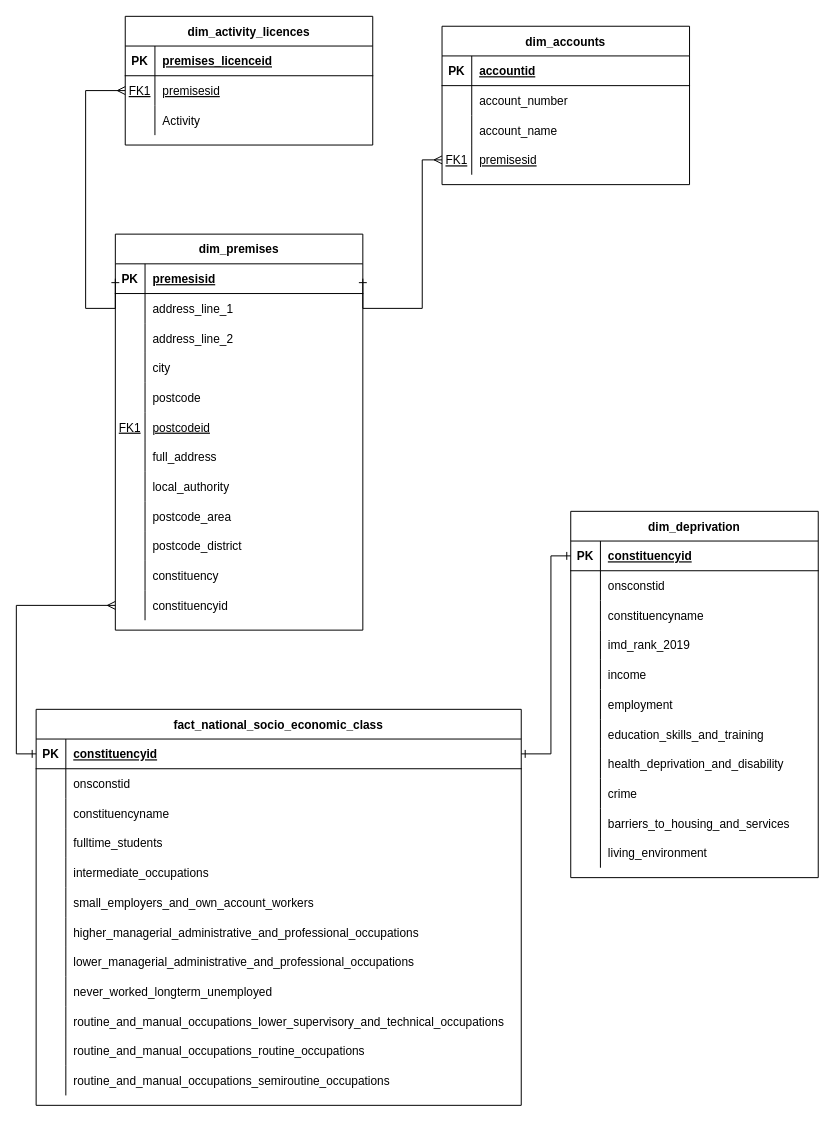
The draw.io diagram diagrams/erd_modelling.drawio in NathanHGayle/gambling_premises_uk, before the edit. Source tidied: cells renumbered, new cells numbered last; positions are measured from the earlier drawing's top-left corner, leaving out a move shared by most shapes. Both pictures are drawn from the tidied source at 99%, with x=0, y=0 at pixel (36, 16).
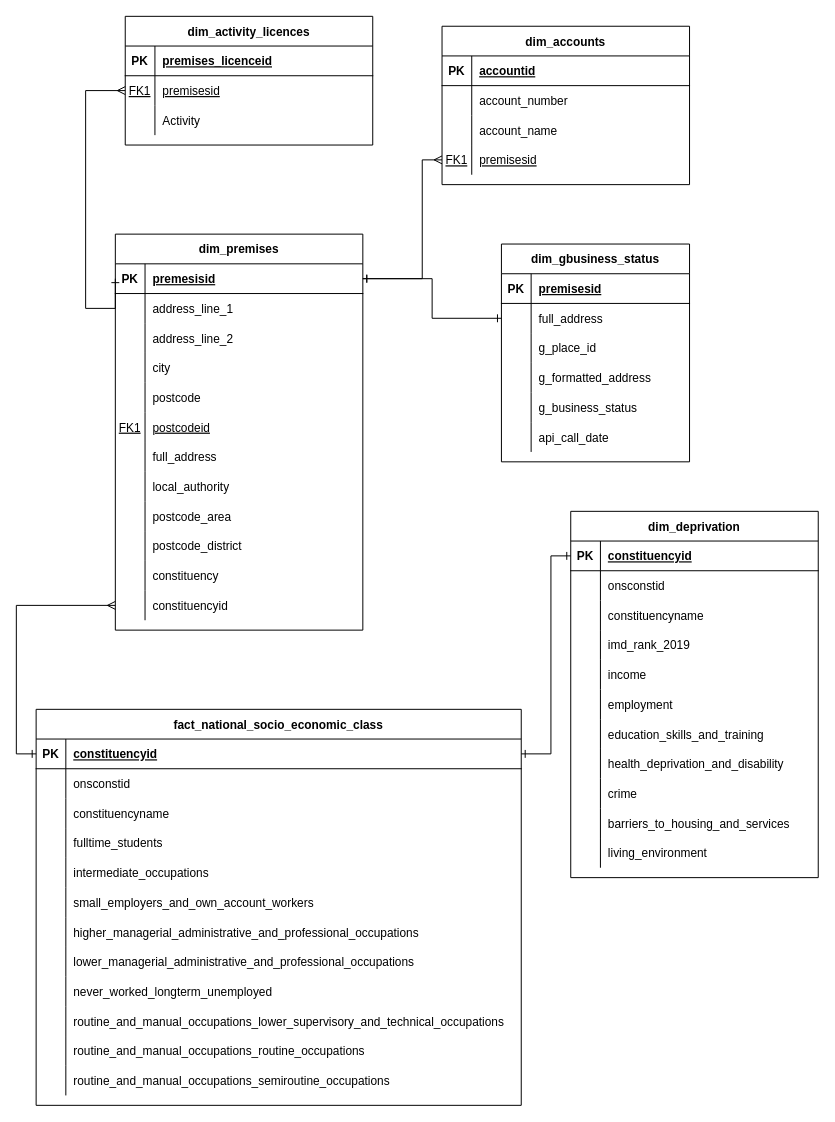
The same page after the edit.

The change refers to these unchanged cells:
```xml
<mxCell id="13" style="shape=partialRectangle;fillColor=none;points=[[0,0.5],[1,0.5]];portConstraint=eastwest;top=0;left=0;right=0;bottom=1;" parent="12" vertex="1">
  <mxGeometry y="30" width="250" height="30" as="geometry" />
</mxCell>
<mxCell id="132" style="shape=partialRectangle;fillColor=none;points=[[0,0.5],[1,0.5]];portConstraint=eastwest;top=0;left=0;right=0;bottom=0;" parent="122" vertex="1">
  <mxGeometry y="120" width="250" height="30" as="geometry" />
</mxCell>
```

Diff of the diagram source:
```diff
@@
     <mxCell id="135" style="edgeStyle=orthogonalEdgeStyle;rounded=0;jettySize=auto;html=1;exitX=1;exitY=0.5;exitDx=0;exitDy=0;startArrow=ERone;startFill=0;endArrow=ERmany;endFill=0;" parent="1" edge="1" source="13" target="132">
       <mxGeometry relative="1" as="geometry">
         <Array as="points">
-          <mxPoint x="390" y="295" />
+          <mxPoint x="390" y="265" />
           <mxPoint x="390" y="145" />
         </Array>
       </mxGeometry>
     </mxCell>
@@
+    <mxCell id="137" value="dim_gbusiness_status" style="shape=table;startSize=30;childLayout=tableLayout;rowLines=0;fontStyle=1;align=center;" parent="1" vertex="1">
+      <mxGeometry x="470" y="230" width="190" height="220" as="geometry" />
+    </mxCell>
+    <mxCell id="138" style="shape=partialRectangle;fillColor=none;top=0;left=0;right=0;bottom=1;" parent="137" vertex="1">
+      <mxGeometry y="30" width="190" height="30" as="geometry" />
+    </mxCell>
+    <mxCell id="139" value="PK" style="shape=partialRectangle;overflow=hidden;fillColor=none;top=0;left=0;bottom=0;right=0;fontStyle=1;" parent="138" vertex="1">
+      <mxGeometry width="30" height="30" as="geometry" />
+    </mxCell>
+    <mxCell id="140" value="premisesid" style="shape=partialRectangle;overflow=hidden;fillColor=none;top=0;left=0;bottom=0;right=0;align=left;spacingLeft=6;fontStyle=5;" parent="138" vertex="1">
+      <mxGeometry x="30" width="160" height="30" as="geometry" />
+    </mxCell>
+    <mxCell id="141" style="shape=partialRectangle;fillColor=none;points=[[0,0.5],[1,0.5]];portConstraint=eastwest;top=0;left=0;right=0;bottom=0;" parent="137" vertex="1">
+      <mxGeometry y="60" width="190" height="30" as="geometry" />
+    </mxCell>
+    <mxCell id="142" style="shape=partialRectangle;overflow=hidden;fillColor=none;top=0;left=0;bottom=0;right=0;" parent="141" vertex="1">
+      <mxGeometry width="30" height="30" as="geometry" />
+    </mxCell>
+    <mxCell id="143" value="full_address" style="shape=partialRectangle;overflow=hidden;fillColor=none;top=0;left=0;bottom=0;right=0;align=left;spacingLeft=6;" parent="141" vertex="1">
+      <mxGeometry x="30" width="160" height="30" as="geometry" />
+    </mxCell>
+    <mxCell id="144" style="shape=partialRectangle;fillColor=none;top=0;left=0;right=0;bottom=0;" parent="137" vertex="1">
+      <mxGeometry y="90" width="190" height="30" as="geometry" />
+    </mxCell>
+    <mxCell id="145" style="shape=partialRectangle;overflow=hidden;fillColor=none;top=0;left=0;bottom=0;right=0;" parent="144" vertex="1">
+      <mxGeometry width="30" height="30" as="geometry" />
+    </mxCell>
+    <mxCell id="146" value="g_place_id" style="shape=partialRectangle;overflow=hidden;fillColor=none;top=0;left=0;bottom=0;right=0;align=left;spacingLeft=6;" parent="144" vertex="1">
+      <mxGeometry x="30" width="160" height="30" as="geometry" />
+    </mxCell>
+    <mxCell id="147" style="shape=partialRectangle;fillColor=none;top=0;left=0;right=0;bottom=0;" parent="137" vertex="1">
+      <mxGeometry y="120" width="190" height="30" as="geometry" />
+    </mxCell>
+    <mxCell id="148" style="shape=partialRectangle;overflow=hidden;fillColor=none;top=0;left=0;bottom=0;right=0;" parent="147" vertex="1">
+      <mxGeometry width="30" height="30" as="geometry" />
+    </mxCell>
+    <mxCell id="149" value="g_formatted_address" style="shape=partialRectangle;overflow=hidden;fillColor=none;top=0;left=0;bottom=0;right=0;align=left;spacingLeft=6;" parent="147" vertex="1">
+      <mxGeometry x="30" width="160" height="30" as="geometry" />
+    </mxCell>
+    <mxCell id="150" style="shape=partialRectangle;fillColor=none;top=0;left=0;right=0;bottom=0;" parent="137" vertex="1">
+      <mxGeometry y="150" width="190" height="30" as="geometry" />
+    </mxCell>
+    <mxCell id="151" style="shape=partialRectangle;overflow=hidden;fillColor=none;top=0;left=0;bottom=0;right=0;" parent="150" vertex="1">
+      <mxGeometry width="30" height="30" as="geometry" />
+    </mxCell>
+    <mxCell id="152" value="g_business_status" style="shape=partialRectangle;overflow=hidden;fillColor=none;top=0;left=0;bottom=0;right=0;align=left;spacingLeft=6;" parent="150" vertex="1">
+      <mxGeometry x="30" width="160" height="30" as="geometry" />
+    </mxCell>
+    <mxCell id="153" style="shape=partialRectangle;fillColor=none;top=0;left=0;right=0;bottom=0;" parent="137" vertex="1">
+      <mxGeometry y="180" width="190" height="30" as="geometry" />
+    </mxCell>
+    <mxCell id="154" style="shape=partialRectangle;overflow=hidden;fillColor=none;top=0;left=0;bottom=0;right=0;" parent="153" vertex="1">
+      <mxGeometry width="30" height="30" as="geometry" />
+    </mxCell>
+    <mxCell id="155" value="api_call_date" style="shape=partialRectangle;overflow=hidden;fillColor=none;top=0;left=0;bottom=0;right=0;align=left;spacingLeft=6;" parent="153" vertex="1">
+      <mxGeometry x="30" width="160" height="30" as="geometry" />
+    </mxCell>
+    <mxCell id="156" style="edgeStyle=orthogonalEdgeStyle;rounded=0;jettySize=auto;html=1;exitX=0;exitY=0.5;exitDx=0;exitDy=0;entryX=1;entryY=0.5;entryDx=0;entryDy=0;endArrow=ERone;endFill=0;startArrow=ERone;startFill=0;" parent="1" edge="1" source="141" target="13">
+      <mxGeometry relative="1" as="geometry" />
+    </mxCell>
```
